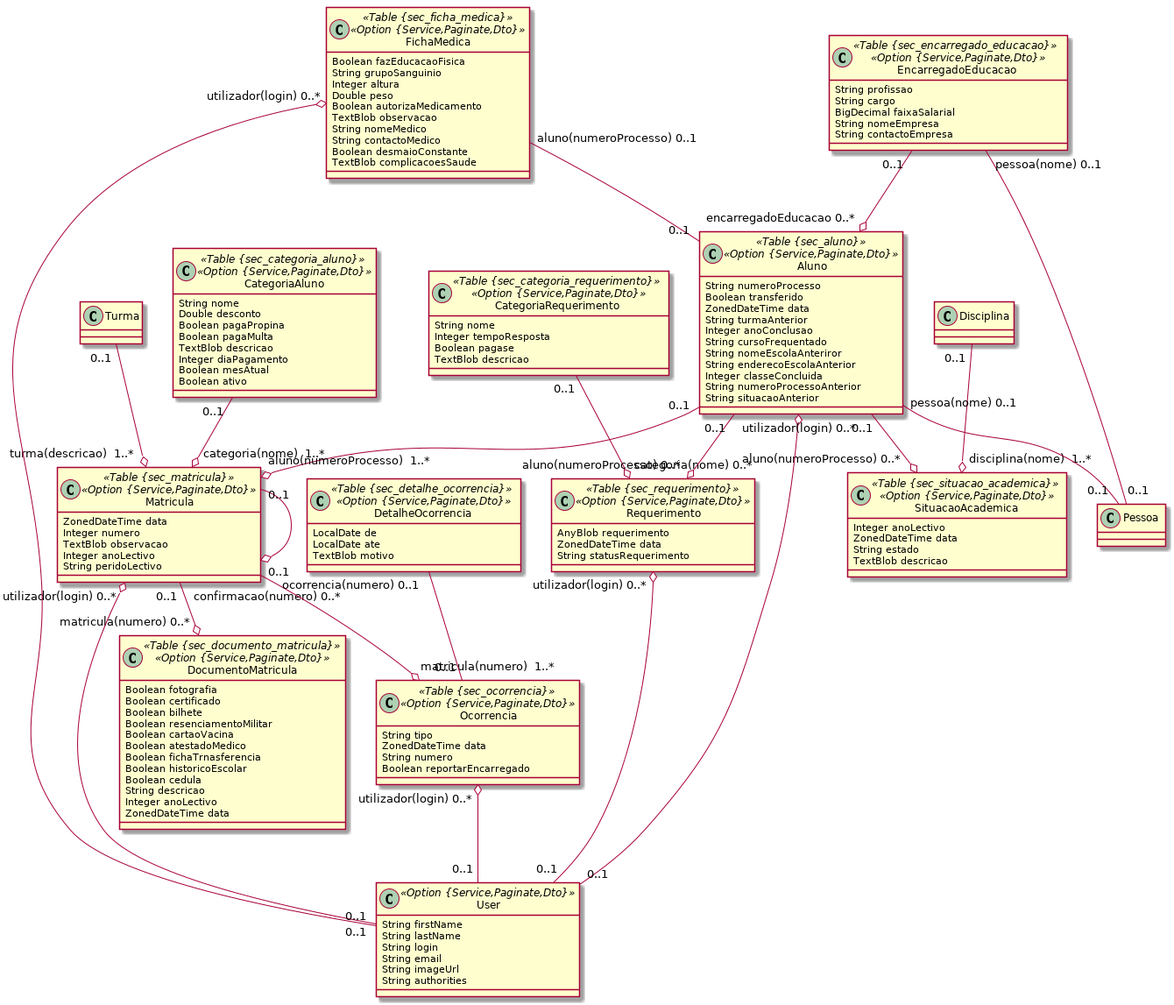
Earlier version of the PlantUML export domain-ensino/3secretaria.png (ravunana/manda-ensino).
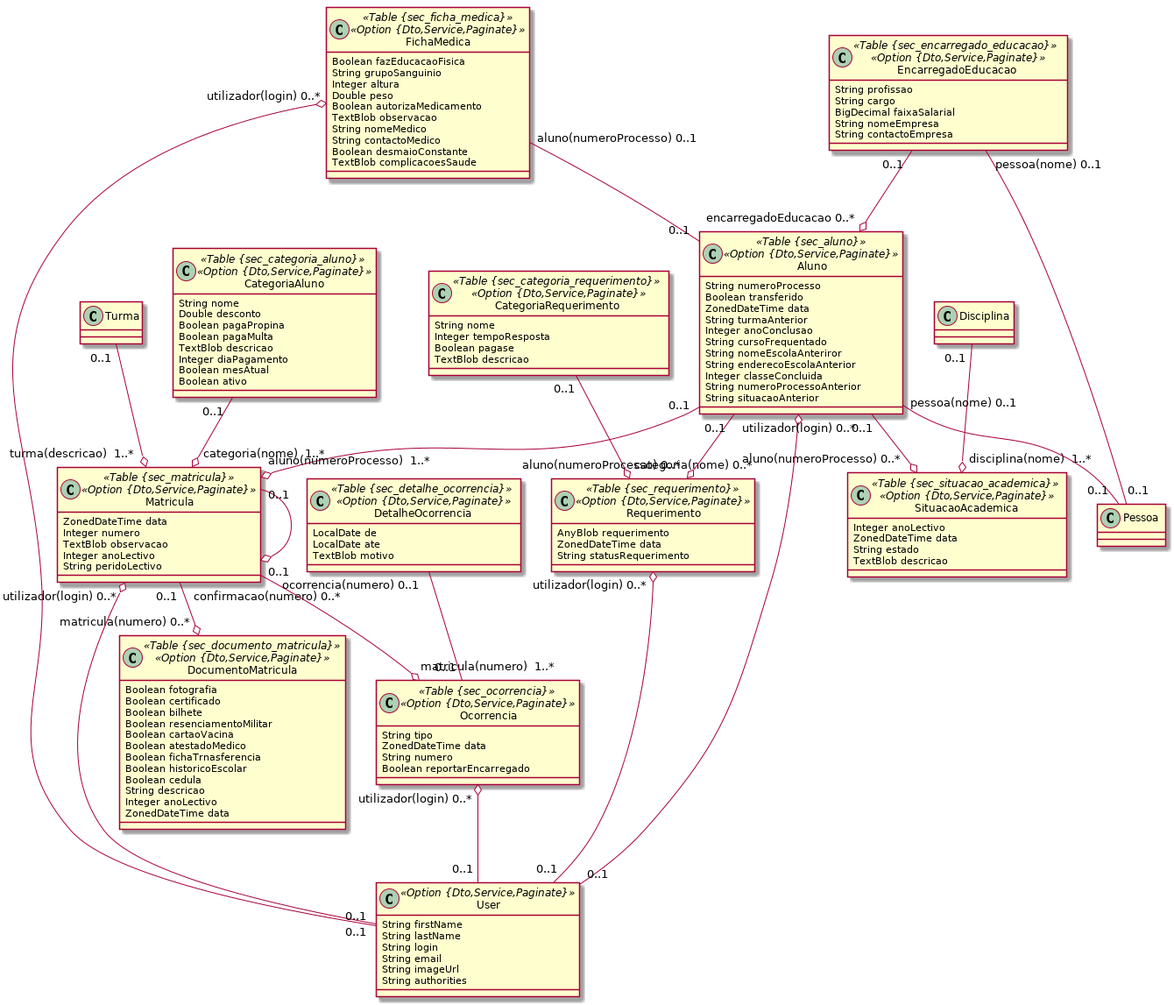
After the change.

What changed in the source:
```diff
@@ -1,6 +1,6 @@
 @startuml
 	!pragma syntax class
-	class CategoriaAluno <<Table {sec_categoria_aluno}>><<Option {Service,Paginate,Dto}>> {
+	class CategoriaAluno <<Table {sec_categoria_aluno}>><<Option {Dto,Service,Paginate}>> {
 		String nome
 		Double desconto
 		Boolean pagaPropina
@@ -10,18 +10,18 @@
 		Boolean mesAtual
 		Boolean ativo
 	}
-	class Ocorrencia <<Table {sec_ocorrencia}>><<Option {Service,Paginate,Dto}>> {
+	class Ocorrencia <<Table {sec_ocorrencia}>><<Option {Dto,Service,Paginate}>> {
 		String tipo
 		ZonedDateTime data
 		String numero
 		Boolean reportarEncarregado
 	}
-	class DetalheOcorrencia <<Table {sec_detalhe_ocorrencia}>><<Option {Service,Paginate,Dto}>> {
+	class DetalheOcorrencia <<Table {sec_detalhe_ocorrencia}>><<Option {Dto,Service,Paginate}>> {
 		LocalDate de
 		LocalDate ate
 		TextBlob motivo
 	}
-	class FichaMedica <<Table {sec_ficha_medica}>><<Option {Service,Paginate,Dto}>> {
+	class FichaMedica <<Table {sec_ficha_medica}>><<Option {Dto,Service,Paginate}>> {
 		Boolean fazEducacaoFisica
 		String grupoSanguinio
 		Integer altura
@@ -33,7 +33,7 @@
 		Boolean desmaioConstante
 		TextBlob complicacoesSaude
 	}
-	class Aluno <<Table {sec_aluno}>><<Option {Service,Paginate,Dto}>> {
+	class Aluno <<Table {sec_aluno}>><<Option {Dto,Service,Paginate}>> {
 		String numeroProcesso
 		Boolean transferido
 		ZonedDateTime data
@@ -46,27 +46,27 @@
 		String numeroProcessoAnterior
 		String situacaoAnterior
 	}
-	class SituacaoAcademica <<Table {sec_situacao_academica}>><<Option {Service,Paginate,Dto}>> {
+	class SituacaoAcademica <<Table {sec_situacao_academica}>><<Option {Dto,Service,Paginate}>> {
 		Integer anoLectivo
 		ZonedDateTime data
 		String estado
 		TextBlob descricao
 	}
-	class EncarregadoEducacao <<Table {sec_encarregado_educacao}>><<Option {Service,Paginate,Dto}>> {
+	class EncarregadoEducacao <<Table {sec_encarregado_educacao}>><<Option {Dto,Service,Paginate}>> {
 		String profissao
 		String cargo
 		BigDecimal faixaSalarial
 		String nomeEmpresa
 		String contactoEmpresa
 	}
-	class Matricula <<Table {sec_matricula}>><<Option {Service,Paginate,Dto}>> {
+	class Matricula <<Table {sec_matricula}>><<Option {Dto,Service,Paginate}>> {
 		ZonedDateTime data
 		Integer numero
 		TextBlob observacao
 		Integer anoLectivo
 		String peridoLectivo
 	}
-	class DocumentoMatricula <<Table {sec_documento_matricula}>><<Option {Service,Paginate,Dto}>> {
+	class DocumentoMatricula <<Table {sec_documento_matricula}>><<Option {Dto,Service,Paginate}>> {
 		Boolean fotografia
 		Boolean certificado
 		Boolean bilhete
@@ -80,13 +80,13 @@
 		Integer anoLectivo
 		ZonedDateTime data
 	}
-	class CategoriaRequerimento <<Table {sec_categoria_requerimento}>><<Option {Service,Paginate,Dto}>> {
+	class CategoriaRequerimento <<Table {sec_categoria_requerimento}>><<Option {Dto,Service,Paginate}>> {
 		String nome
 		Integer tempoResposta
 		Boolean pagase
 		TextBlob descricao
 	}
-	class Requerimento <<Table {sec_requerimento}>><<Option {Service,Paginate,Dto}>> {
+	class Requerimento <<Table {sec_requerimento}>><<Option {Dto,Service,Paginate}>> {
 		AnyBlob requerimento
 		ZonedDateTime data
 		String statusRequerimento
@@ -111,7 +111,7 @@
 	Ocorrencia  "utilizador(login) 0..* " o-- "0..1 "  User
 	FichaMedica  "utilizador(login) 0..* " o-- "0..1 "  User
 	Requerimento  "utilizador(login) 0..* " o-- "0..1 "  User
-	class User <<Option {Service,Paginate,Dto}>> {
+	class User <<Option {Dto,Service,Paginate}>> {
 		String firstName
 		String lastName
 		String login
```
